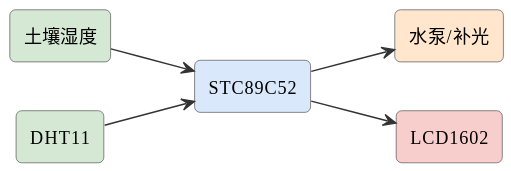
Earlier version of the PlantUML export assets/diagrams/ideas-fig17.svg (mingyi0818/IntelligentMcuCourse).
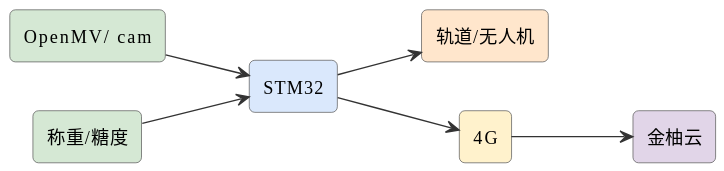
After the commit.

What changed in the source:
```diff
@@ -6,13 +6,15 @@
 skinparam arrowFontSize 11
 skinparam arrowColor #333
 left to right direction
-rectangle "土壤湿度" as soil #d5e8d4
-rectangle "DHT11" as dht #d5e8d4
-rectangle "STC89C52" as mcu #dae8fc
-rectangle "水泵/补光" as pump #ffe6cc
-rectangle "LCD1602" as lcd #f8cecc
-soil --> mcu
-dht --> mcu
-mcu --> pump
-mcu --> lcd
+rectangle "OpenMV/ cam" as cam #d5e8d4
+rectangle "STM32" as stm #dae8fc
+rectangle "称重/糖度" as sense #d5e8d4
+rectangle "轨道/无人机" as uav #ffe6cc
+rectangle "4G" as g #fff2cc
+rectangle "金柚云" as cloud #e1d5e8
+cam --> stm
+sense --> stm
+stm --> uav
+stm --> g
+g --> cloud
 @enduml
```
